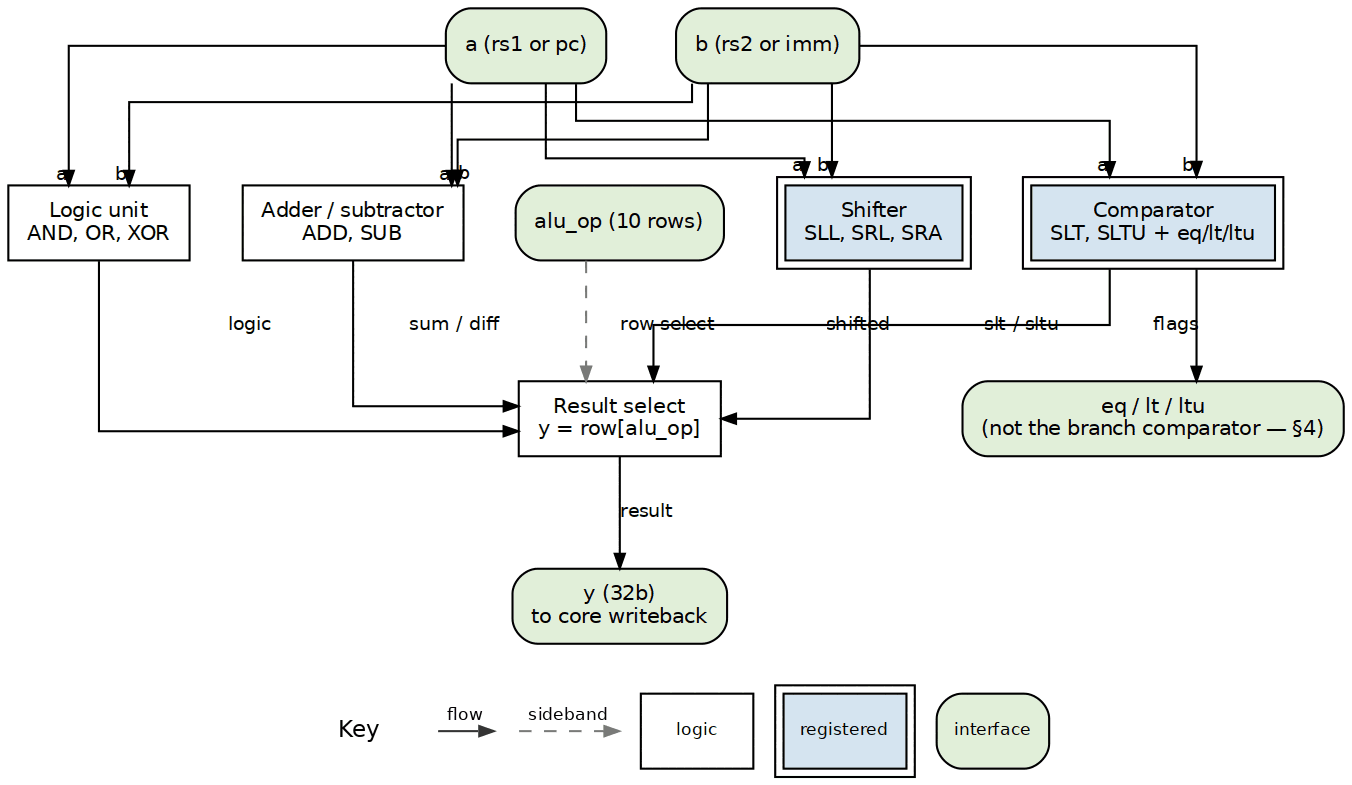
Before: projects/components/compute-eng-ip/alu-rv32i/assets/graphviz/01_alu_rv32i_block.png, a diagram exported from Graphviz (sean-galloway/RTLDesignSherpa). Its source is kept beside it as projects/components/compute-eng-ip/alu-rv32i/assets/graphviz/01_alu_rv32i_block.dot.
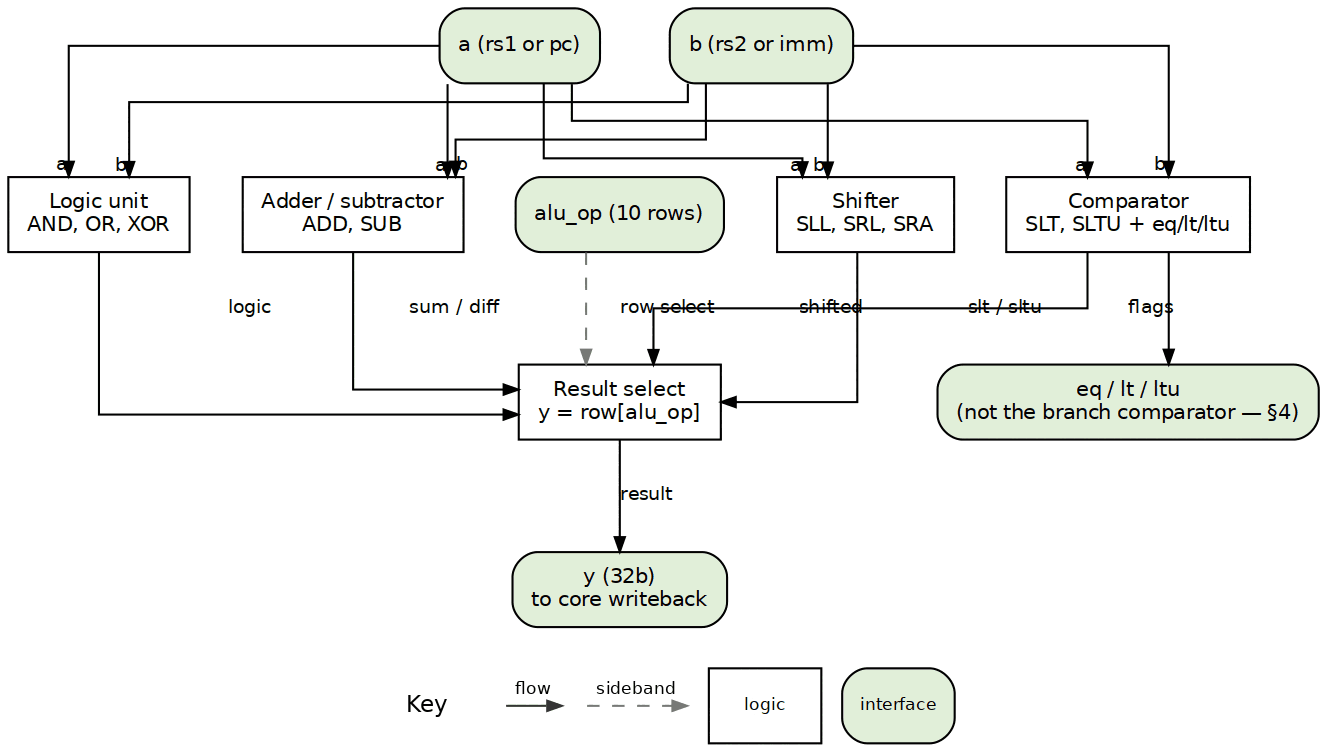
After the change.

What changed in the source:
```diff
@@ -12,8 +12,8 @@
 
     arith [label="Adder / subtractor\nADD, SUB", style="filled", fillcolor="white"];
     logic [label="Logic unit\nAND, OR, XOR", style="filled", fillcolor="white"];
-    shift [label="Shifter\nSLL, SRL, SRA", peripheries=2, style="filled", fillcolor="#D6E4F0"];
-    cmp   [label="Comparator\nSLT, SLTU + eq/lt/ltu", peripheries=2, style="filled", fillcolor="#D6E4F0"];
+    shift [label="Shifter\nSLL, SRL, SRA", style="filled", fillcolor="white"];
+    cmp   [label="Comparator\nSLT, SLTU + eq/lt/ltu", style="filled", fillcolor="white"];
 
     sel [label="Result select\ny = row[alu_op]", style="filled", fillcolor="white"];
     y   [label="y (32b)\nto core writeback", fillcolor="white", style="rounded,filled", fillcolor="#E2EFDA"];
```
